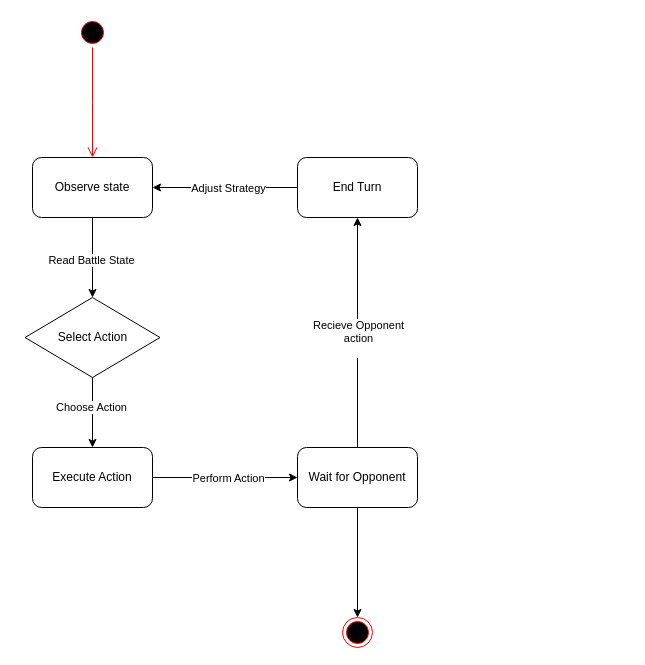
The draw.io diagram report/assets/StateMachine - V01.drawio in joachimhviid/pokemon-battle-bot, before the edit. Source tidied: cells renumbered, new cells numbered last; positions are measured from the earlier drawing's top-left corner, leaving out a move shared by most shapes. Both pictures are drawn from the tidied source at 100%, with x=0, y=0 at pixel (25, 17).
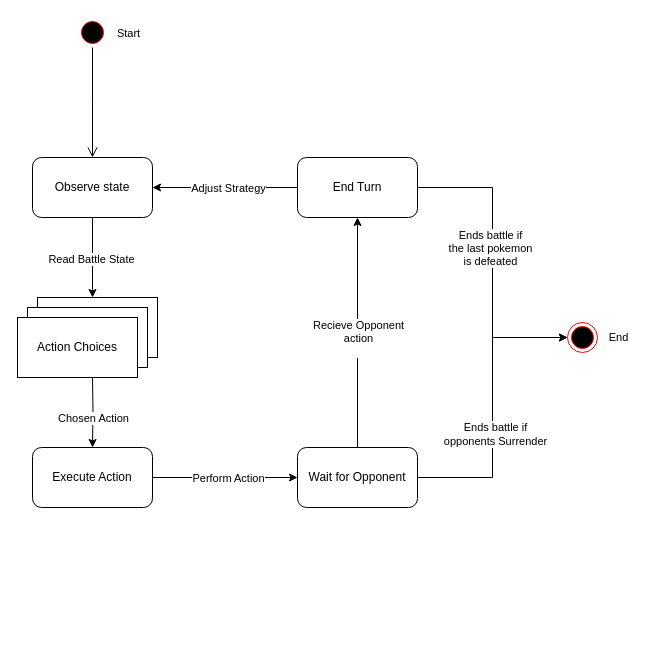
Above is the later version.

Unchanged cells that the change refers to:
```xml
<mxCell id="2" style="ellipse;html=1;shape=startState;fillColor=#000000;strokeColor=#ff0000;" parent="1" vertex="1">
  <mxGeometry x="52" width="30" height="30" as="geometry" />
</mxCell>
<mxCell id="6" value="Observe state" style="rounded=1;whiteSpace=wrap;html=1;" parent="1" vertex="1">
  <mxGeometry x="7" y="140" width="120" height="60" as="geometry" />
</mxCell>
<mxCell id="12" value="Execute Action" style="rounded=1;whiteSpace=wrap;html=1;" parent="1" vertex="1">
  <mxGeometry x="7" y="430" width="120" height="60" as="geometry" />
</mxCell>
<mxCell id="16" value="Wait for Opponent" style="rounded=1;whiteSpace=wrap;html=1;" parent="1" vertex="1">
  <mxGeometry x="272" y="430" width="120" height="60" as="geometry" />
</mxCell>
<mxCell id="19" value="End Turn" style="rounded=1;whiteSpace=wrap;html=1;" parent="1" vertex="1">
  <mxGeometry x="272" y="140" width="120" height="60" as="geometry" />
</mxCell>
```

The edit, as a diff of the source:
```diff
@@
-    <mxCell id="3" style="edgeStyle=orthogonalEdgeStyle;html=1;verticalAlign=bottom;endArrow=open;endSize=8;strokeColor=#ff0000;rounded=0;" parent="1" edge="1" source="2">
+    <mxCell id="3" style="edgeStyle=orthogonalEdgeStyle;html=1;verticalAlign=bottom;endArrow=open;endSize=8;strokeColor=#000000;rounded=0;" parent="1" edge="1" source="2">
       <mxGeometry relative="1" as="geometry">
         <mxPoint x="67" y="140" as="targetPoint" />
       </mxGeometry>
     </mxCell>
+    <mxCell id="21" value="Start" style="edgeLabel;html=1;align=center;verticalAlign=middle;" parent="3" vertex="1">
+      <mxGeometry x="-0.11" relative="1" as="geometry">
+        <mxPoint x="35" y="-64" as="offset" />
+      </mxGeometry>
+    </mxCell>
-    <mxCell id="4" style="edgeStyle=orthogonalEdgeStyle;rounded=0;jettySize=auto;html=1;entryX=0.5;entryY=0;entryDx=0;entryDy=0;" parent="1" edge="1" source="6" target="9">
-      <mxGeometry relative="1" as="geometry" />
+    <mxCell id="4" style="edgeStyle=orthogonalEdgeStyle;rounded=0;jettySize=auto;html=1;entryX=0.5;entryY=0;entryDx=0;entryDy=0;" parent="1" edge="1" source="6">
+      <mxGeometry relative="1" as="geometry">
+        <mxPoint x="67" y="280" as="targetPoint" />
+      </mxGeometry>
     </mxCell>
@@
-    <mxCell id="7" style="edgeStyle=orthogonalEdgeStyle;rounded=0;jettySize=auto;html=1;entryX=0.5;entryY=0;entryDx=0;entryDy=0;" parent="1" edge="1" source="9" target="12">
-      <mxGeometry relative="1" as="geometry" />
+    <mxCell id="7" style="edgeStyle=orthogonalEdgeStyle;rounded=0;jettySize=auto;html=1;entryX=0.5;entryY=0;entryDx=0;entryDy=0;" parent="1" edge="1" target="12">
+      <mxGeometry relative="1" as="geometry">
+        <mxPoint x="67" y="360" as="sourcePoint" />
+      </mxGeometry>
     </mxCell>
-    <mxCell id="8" value="Choose Action" style="edgeLabel;html=1;align=center;verticalAlign=middle;" parent="7" vertex="1">
-      <mxGeometry x="-0.17" y="-2" relative="1" as="geometry" />
+    <mxCell id="8" value="Chosen Action" style="edgeLabel;html=1;align=center;verticalAlign=middle;" parent="7" vertex="1">
+      <mxGeometry x="-0.17" y="-2" relative="1" as="geometry">
+        <mxPoint x="2" y="11" as="offset" />
+      </mxGeometry>
     </mxCell>
-    <mxCell id="9" value="Select Action" style="rhombus;whiteSpace=wrap;html=1;" parent="1" vertex="1">
-      <mxGeometry x="-0.5" y="280" width="135" height="80" as="geometry" />
-    </mxCell>
@@
-    <mxCell id="15" style="edgeStyle=orthogonalEdgeStyle;rounded=0;jettySize=auto;html=1;entryX=0.5;entryY=0;entryDx=0;entryDy=0;" parent="1" edge="1" source="16" target="20">
+    <mxCell id="15" style="edgeStyle=orthogonalEdgeStyle;rounded=0;jettySize=auto;html=1;entryX=0;entryY=0.5;entryDx=0;entryDy=0;" parent="1" edge="1" source="16" target="20">
       <mxGeometry relative="1" as="geometry" />
     </mxCell>
+    <mxCell id="22" value="Ends battle if&lt;br&gt;opponents Surrender" style="edgeLabel;html=1;align=center;verticalAlign=middle;" parent="15" vertex="1">
+      <mxGeometry x="-0.18" y="-2" relative="1" as="geometry" />
+    </mxCell>
@@
+    <mxCell id="23" style="edgeStyle=orthogonalEdgeStyle;rounded=0;jettySize=auto;html=1;entryX=0;entryY=0.5;entryDx=0;entryDy=0;" parent="1" edge="1" source="19" target="20">
+      <mxGeometry relative="1" as="geometry" />
+    </mxCell>
+    <mxCell id="24" value="Ends battle if&lt;br&gt;the last pokemon&lt;br&gt;is defeated" style="edgeLabel;html=1;align=center;verticalAlign=middle;" parent="23" vertex="1">
+      <mxGeometry x="-0.33" y="-3" relative="1" as="geometry">
+        <mxPoint y="35" as="offset" />
+      </mxGeometry>
+    </mxCell>
+    <mxCell id="25" value="End" style="edgeLabel;html=1;align=center;verticalAlign=middle;" parent="23" vertex="1">
+      <mxGeometry x="0.71" y="1" relative="1" as="geometry">
+        <mxPoint x="93" as="offset" />
+      </mxGeometry>
+    </mxCell>
@@
     <mxCell id="20" style="ellipse;html=1;shape=endState;fillColor=#000000;strokeColor=#ff0000;" parent="1" vertex="1">
-      <mxGeometry x="317" y="600" width="30" height="30" as="geometry" />
+      <mxGeometry x="542" y="305" width="30" height="30" as="geometry" />
     </mxCell>
+    <mxCell id="26" style="rounded=0;whiteSpace=wrap;html=1;" parent="1" vertex="1">
+      <mxGeometry x="12" y="280" width="120" height="60" as="geometry" />
+    </mxCell>
+    <mxCell id="27" style="rounded=0;whiteSpace=wrap;html=1;" parent="1" vertex="1">
+      <mxGeometry x="2" y="290" width="120" height="60" as="geometry" />
+    </mxCell>
+    <mxCell id="28" value="Action Choices" style="rounded=0;whiteSpace=wrap;html=1;" parent="1" vertex="1">
+      <mxGeometry x="-8" y="300" width="120" height="60" as="geometry" />
+    </mxCell>
```
